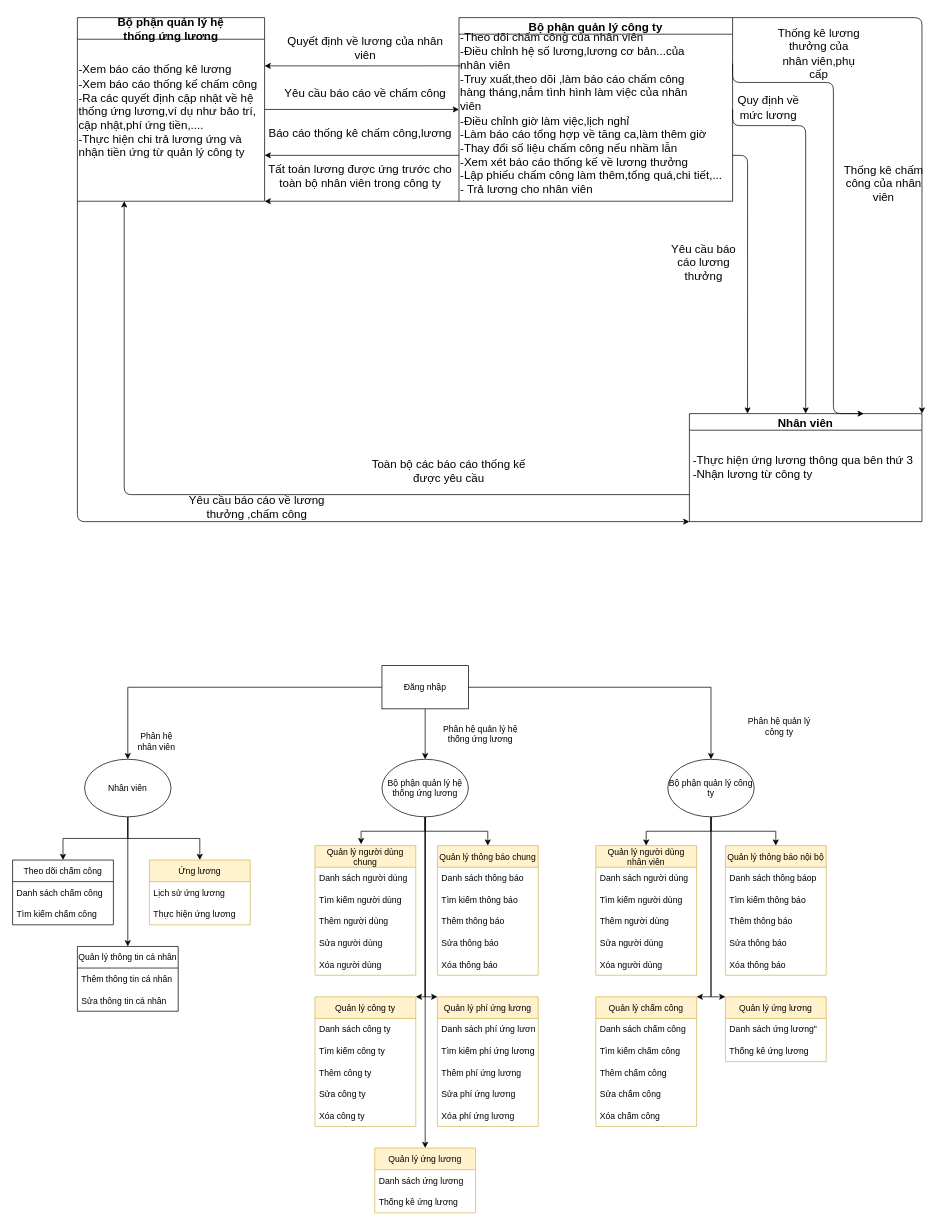
The draw.io diagram page "Mô hình tiến trình nghiệp vụ" (1 of 19) of word/Webungluong.drawio in thangdinh99/WebUngLuong, before the edit. Source tidied: cells renumbered, new cells numbered last; positions are measured from the earlier drawing's top-left corner, leaving out a move shared by most shapes. Both pictures are drawn from the tidied source at 72%, with x=0, y=0 at pixel (12, 17).
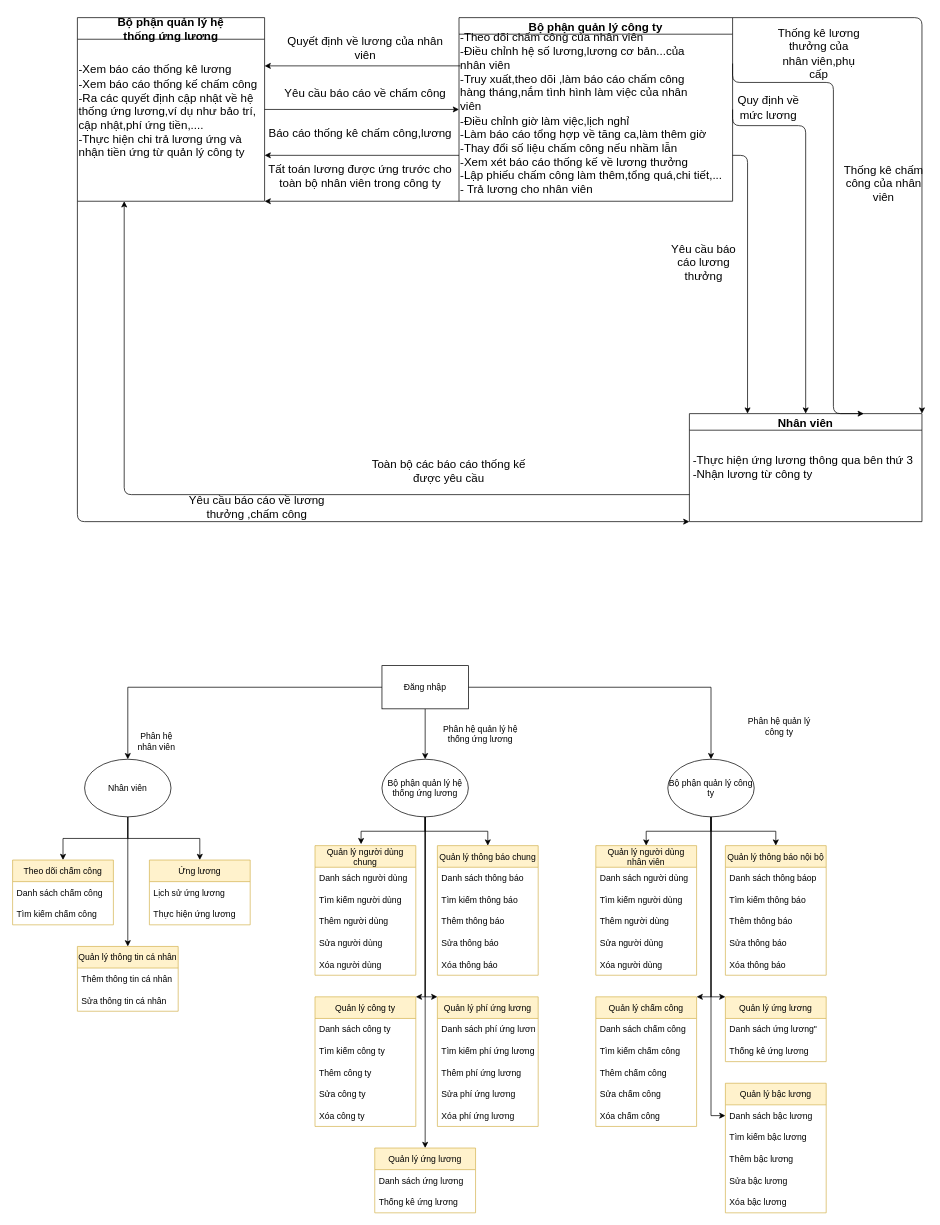
The same page after the edit.

The change refers to these unchanged cells:
```xml
<mxCell id="46" value="Bộ phận quản lý công ty" style="ellipse;whiteSpace=wrap;html=1;" parent="1" vertex="1">
  <mxGeometry x="910" y="1030" width="120" height="80" as="geometry" />
</mxCell>
```

Diff of the diagram source:
```diff
@@
+    <mxCell id="107" style="edgeStyle=orthogonalEdgeStyle;rounded=0;jettySize=auto;html=1;entryX=0;entryY=0.5;entryDx=0;entryDy=0;" parent="1" edge="1" source="46" target="109">
+      <mxGeometry relative="1" as="geometry" />
+    </mxCell>
@@
-    <mxCell id="86" value="Theo dõi chấm công" style="swimlane;fontStyle=0;horizontal=1;startSize=30;" parent="1" vertex="1">
+    <mxCell id="86" value="Theo dõi chấm công" style="swimlane;fontStyle=0;horizontal=1;startSize=30;fillColor=#fff2cc;strokeColor=#d6b656;" parent="1" vertex="1">
       <mxGeometry y="1170" width="140" height="90" as="geometry" />
     </mxCell>
@@
-    <mxCell id="101" value="Quản lý thông tin cá nhân" style="swimlane;fontStyle=0;horizontal=1;startSize=30;" parent="1" vertex="1">
+    <mxCell id="101" value="Quản lý thông tin cá nhân" style="swimlane;fontStyle=0;horizontal=1;startSize=30;fillColor=#fff2cc;strokeColor=#d6b656;" parent="1" vertex="1">
       <mxGeometry x="90" y="1290" width="140" height="90" as="geometry" />
     </mxCell>
@@
+    <mxCell id="108" value="Quản lý bậc lương" style="swimlane;fontStyle=0;horizontal=1;startSize=30;fillColor=#fff2cc;strokeColor=#d6b656;" parent="1" vertex="1">
+      <mxGeometry x="990" y="1480" width="140" height="180" as="geometry" />
+    </mxCell>
+    <mxCell id="109" value="Danh sách bậc lương" style="text;strokeColor=none;fillColor=none;align=left;verticalAlign=middle;spacingLeft=4;spacingRight=4;overflow=hidden;points=[[0,0.5],[1,0.5]];portConstraint=eastwest;" parent="108" vertex="1">
+      <mxGeometry y="30" width="140" height="30" as="geometry" />
+    </mxCell>
+    <mxCell id="110" value="Tìm kiếm bậc lương" style="text;strokeColor=none;fillColor=none;align=left;verticalAlign=middle;spacingLeft=4;spacingRight=4;overflow=hidden;" parent="108" vertex="1">
+      <mxGeometry y="60" width="140" height="30" as="geometry" />
+    </mxCell>
+    <mxCell id="111" value="Thêm bậc lương" style="text;strokeColor=none;fillColor=none;align=left;verticalAlign=middle;spacingLeft=4;spacingRight=4;overflow=hidden;" parent="108" vertex="1">
+      <mxGeometry y="90" width="140" height="30" as="geometry" />
+    </mxCell>
+    <mxCell id="112" value="Sửa bậc lương" style="text;strokeColor=none;fillColor=none;align=left;verticalAlign=middle;spacingLeft=4;spacingRight=4;overflow=hidden;" parent="108" vertex="1">
+      <mxGeometry y="120" width="140" height="30" as="geometry" />
+    </mxCell>
+    <mxCell id="113" value="Xóa bậc lương" style="text;strokeColor=none;fillColor=none;align=left;verticalAlign=middle;spacingLeft=4;spacingRight=4;overflow=hidden;" parent="108" vertex="1">
+      <mxGeometry y="150" width="140" height="30" as="geometry" />
+    </mxCell>
```
